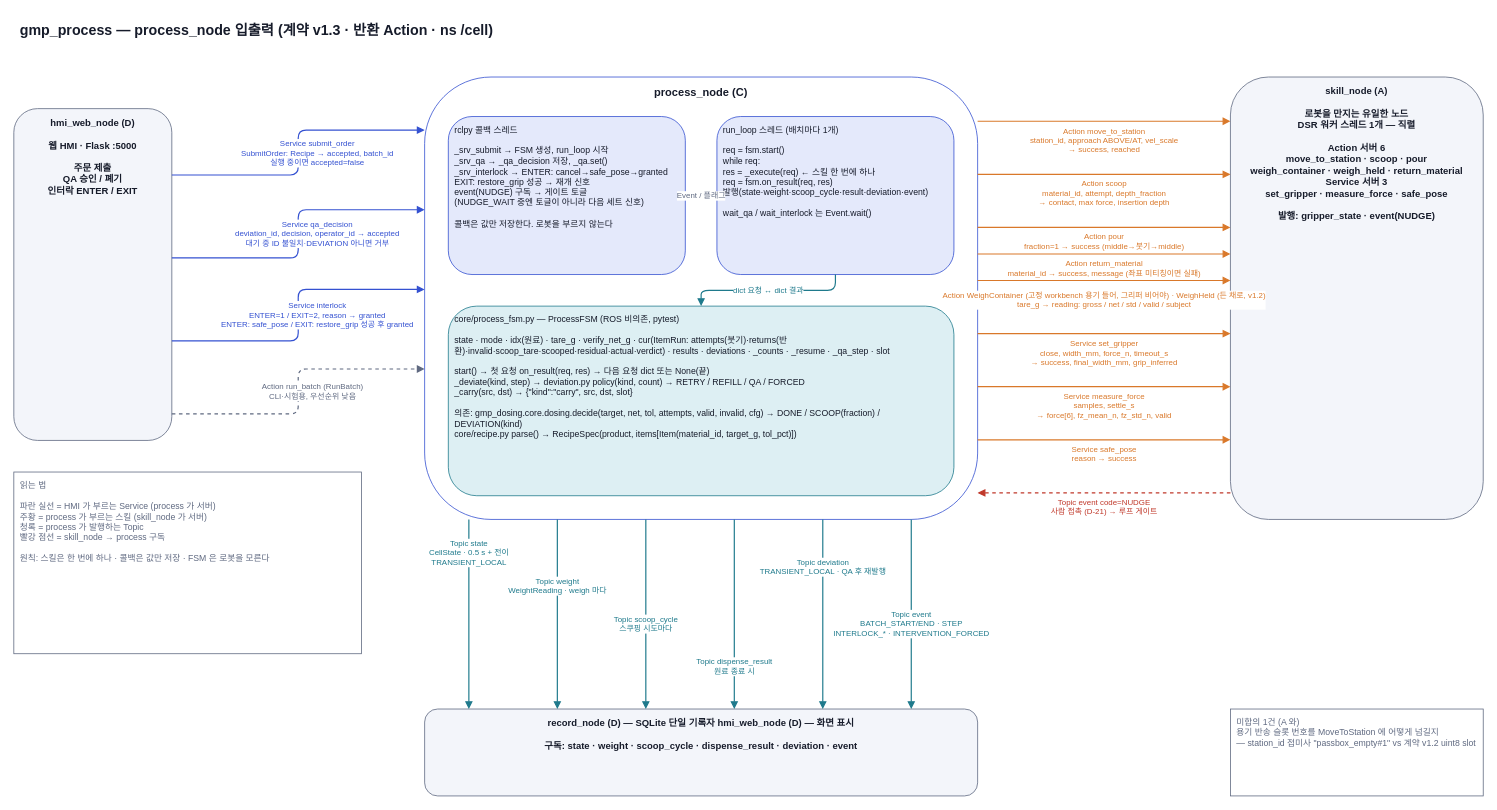
This is page "1 노드 입출력" (1 of 4) of docs/diagrams/process_flow.drawio from Jik-Kim/auto-pharmacist, a draw.io file, before an edit. Source tidied: cells renumbered, new cells numbered last; positions are measured from the earlier drawing's top-left corner, leaving out a move shared by most shapes. Both pictures are drawn from the tidied source at 79%, with x=0, y=0 at pixel (13, 13).
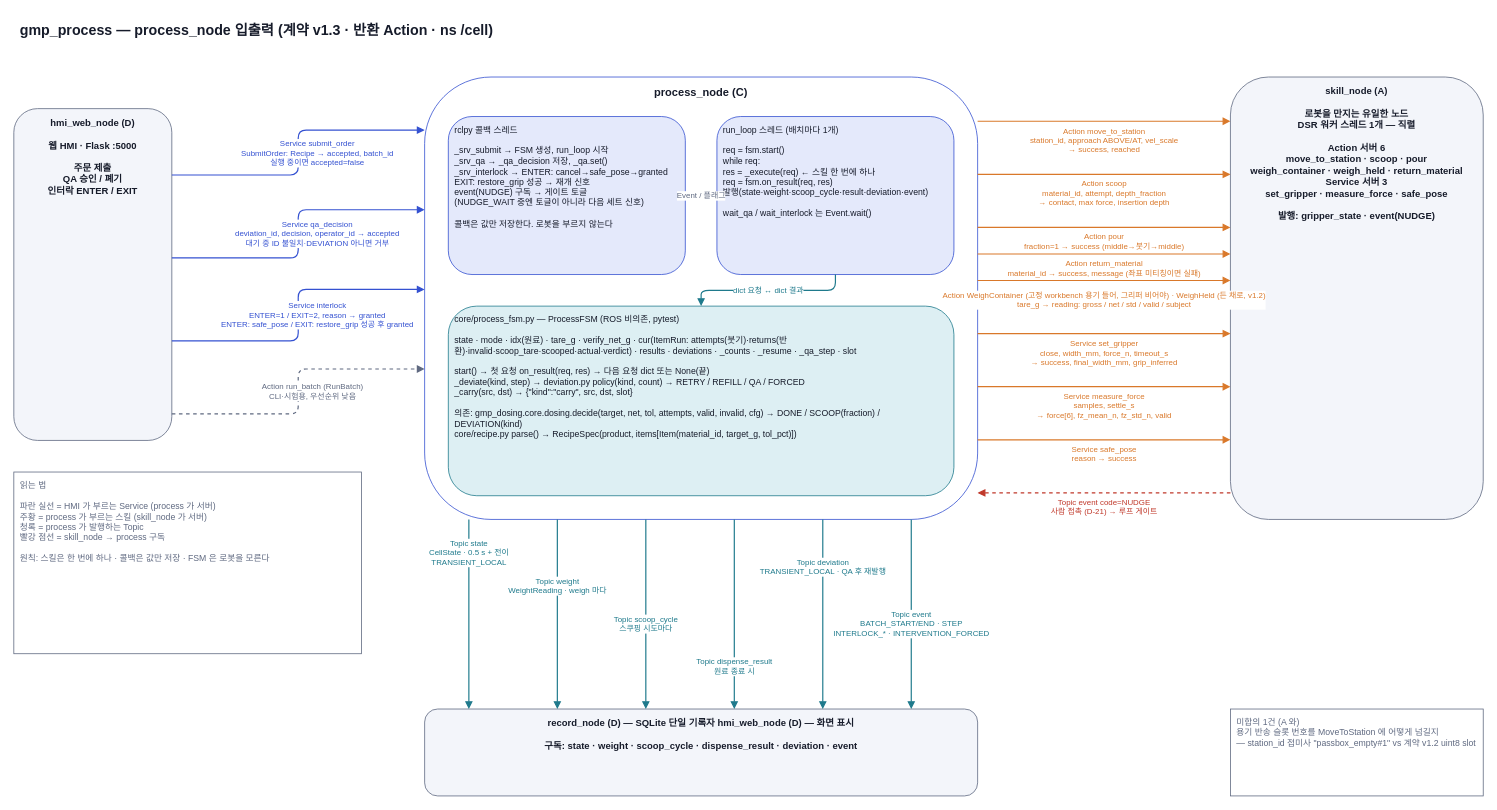
After the change.

Change to the diagram source:
```diff
@@
-    <mxCell id="7" value="core/process_fsm.py — ProcessFSM (ROS 비의존, pytest)&lt;br&gt;&lt;br&gt;state · mode · idx(원료) · tare_g · verify_net_g · cur(ItemRun: attempts(붓기)·returns(반환)·invalid·scoop_tare·scooped·residual·actual·verdict) · results · deviations · _counts · _resume · _qa_step · slot&lt;br&gt;&lt;br&gt;start() → 첫 요청     on_result(req, res) → 다음 요청 dict 또는 None(끝)&lt;br&gt;_deviate(kind, step) → deviation.py policy(kind, count) → RETRY / REFILL / QA / FORCED&lt;br&gt;_carry(src, dst) → {&quot;kind&quot;:&quot;carry&quot;, src, dst, slot}&lt;br&gt;&lt;br&gt;의존: gmp_dosing.core.dosing.decide(target, net, tol, attempts, valid, invalid, cfg) → DONE / SCOOP(fraction) / DEVIATION(kind)&lt;br&gt;        core/recipe.py parse() → RecipeSpec(product, items[Item(material_id, target_g, tol_pct)])" style="rounded=1;whiteSpace=wrap;html=1;fillColor=#DDEFF3;strokeColor=#1F7A8C;fontColor=#161B2A;fontSize=11;align=left;verticalAlign=top;spacingTop=4;spacingLeft=6;spacingRight=6;" parent="1" vertex="1">
+    <mxCell id="7" value="core/process_fsm.py — ProcessFSM (ROS 비의존, pytest)&lt;br&gt;&lt;br&gt;state · mode · idx(원료) · tare_g · verify_net_g · cur(ItemRun: attempts(붓기)·returns(반환)·invalid·scoop_tare·scooped·actual·verdict) · results · deviations · _counts · _resume · _qa_step · slot&lt;br&gt;&lt;br&gt;start() → 첫 요청     on_result(req, res) → 다음 요청 dict 또는 None(끝)&lt;br&gt;_deviate(kind, step) → deviation.py policy(kind, count) → RETRY / REFILL / QA / FORCED&lt;br&gt;_carry(src, dst) → {&quot;kind&quot;:&quot;carry&quot;, src, dst, slot}&lt;br&gt;&lt;br&gt;의존: gmp_dosing.core.dosing.decide(target, net, tol, attempts, valid, invalid, cfg) → DONE / SCOOP(fraction) / DEVIATION(kind)&lt;br&gt;        core/recipe.py parse() → RecipeSpec(product, items[Item(material_id, target_g, tol_pct)])" style="rounded=1;whiteSpace=wrap;html=1;fillColor=#DDEFF3;strokeColor=#1F7A8C;fontColor=#161B2A;fontSize=11;align=left;verticalAlign=top;spacingTop=4;spacingLeft=6;spacingRight=6;" parent="1" vertex="1">
       <mxGeometry x="550" y="370" width="640" height="240" as="geometry" />
     </mxCell>
```
